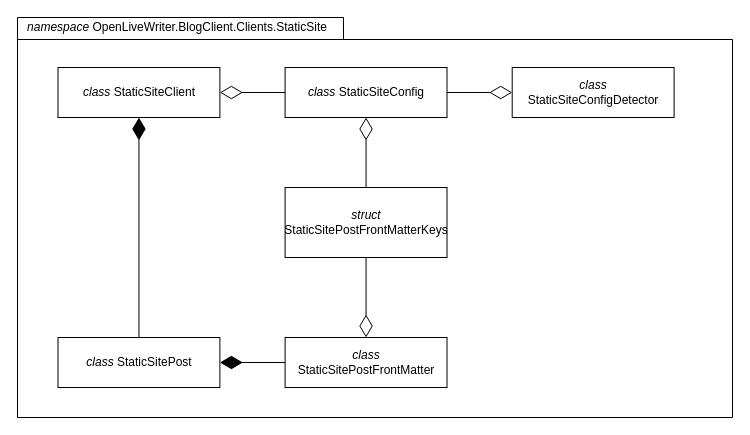
Above: docs/diagrams/StaticSiteClassDiagram.drawio in OpenLiveWriter/OpenLiveWriter (draw.io), before the change. Source tidied: cells renumbered, new cells numbered last; positions are measured from the earlier drawing's top-left corner, leaving out a move shared by most shapes. Both pictures are drawn from the tidied source at 100%, with x=0, y=0 at pixel (17, 17).
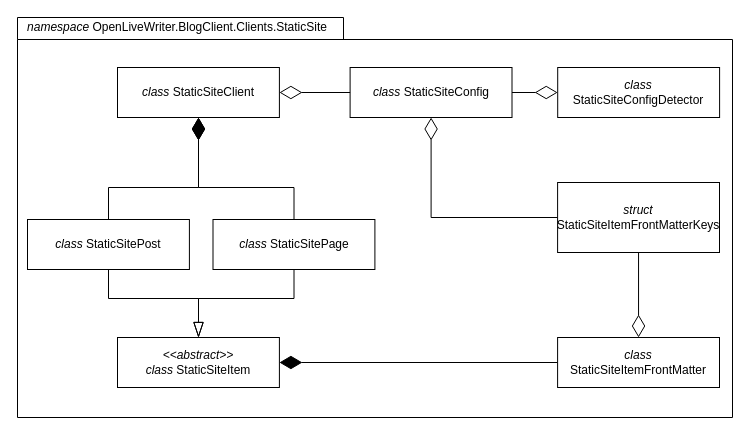
Above is the later version.

Unchanged cells that the change refers to:
```xml
<mxCell id="2" style="group;" parent="1" vertex="1">
  <mxGeometry width="715" height="400" as="geometry" />
</mxCell>
```

What changed in the source:
```diff
@@
+    <mxCell id="17" style="edgeStyle=orthogonalEdgeStyle;rounded=0;jettySize=auto;html=1;endArrow=diamondThin;endFill=1;endSize=20;" parent="2" edge="1" source="21" target="4">
+      <mxGeometry relative="1" as="geometry">
+        <Array as="points">
+          <mxPoint x="276" y="170" />
+          <mxPoint x="181" y="170" />
+        </Array>
+      </mxGeometry>
+    </mxCell>
     <mxCell id="4" value="&lt;i&gt;class &lt;/i&gt;StaticSiteClient" style="html=1;whiteSpace=wrap;" parent="2" vertex="1">
-      <mxGeometry x="40.5" y="50" width="161.9" height="50" as="geometry" />
+      <mxGeometry x="100" y="50" width="161.9" height="50" as="geometry" />
     </mxCell>
     <mxCell id="5" value="&lt;i&gt;class &lt;/i&gt;StaticSiteConfig" style="html=1;whiteSpace=wrap;" parent="2" vertex="1">
-      <mxGeometry x="267.6" y="50" width="161.9" height="50" as="geometry" />
+      <mxGeometry x="332.6" y="50" width="161.9" height="50" as="geometry" />
     </mxCell>
@@
     <mxCell id="7" value="&lt;i&gt;class &lt;/i&gt;StaticSiteConfigDetector" style="html=1;whiteSpace=wrap;" parent="2" vertex="1">
-      <mxGeometry x="494.7" y="50" width="161.9" height="50" as="geometry" />
+      <mxGeometry x="540.2" y="50" width="161.9" height="50" as="geometry" />
     </mxCell>
@@
-    <mxCell id="9" style="edgeStyle=orthogonalEdgeStyle;rounded=0;jettySize=auto;html=1;endArrow=diamondThin;endFill=1;endSize=20;" parent="2" edge="1" source="10" target="4">
-      <mxGeometry relative="1" as="geometry" />
+    <mxCell id="9" style="edgeStyle=orthogonalEdgeStyle;rounded=0;jettySize=auto;html=1;endArrow=diamondThin;endFill=1;endSize=20;" parent="2" edge="1" source="19" target="4">
+      <mxGeometry relative="1" as="geometry">
+        <Array as="points">
+          <mxPoint x="91" y="170" />
+          <mxPoint x="181" y="170" />
+        </Array>
+      </mxGeometry>
     </mxCell>
-    <mxCell id="10" value="&lt;i&gt;class &lt;/i&gt;StaticSitePost" style="html=1;whiteSpace=wrap;" parent="2" vertex="1">
-      <mxGeometry x="40.5" y="320" width="161.9" height="50" as="geometry" />
+    <mxCell id="10" value="&lt;i&gt;&amp;lt;&amp;lt;abstract&amp;gt;&amp;gt;&lt;br&gt;class &lt;/i&gt;StaticSiteItem" style="html=1;whiteSpace=wrap;" parent="2" vertex="1">
+      <mxGeometry x="100" y="320" width="161.9" height="50" as="geometry" />
     </mxCell>
@@
-    <mxCell id="12" value="&lt;i&gt;class &lt;/i&gt;StaticSitePostFrontMatter" style="html=1;whiteSpace=wrap;" parent="2" vertex="1">
-      <mxGeometry x="267.6" y="320" width="161.9" height="50" as="geometry" />
+    <mxCell id="12" value="&lt;i&gt;class &lt;/i&gt;StaticSiteItemFrontMatter" style="html=1;whiteSpace=wrap;" parent="2" vertex="1">
+      <mxGeometry x="540.1" y="320" width="161.9" height="50" as="geometry" />
     </mxCell>
@@
-    <mxCell id="15" value="&lt;i&gt;struct &lt;/i&gt;StaticSitePostFrontMatterKeys" style="html=1;whiteSpace=wrap;" parent="2" vertex="1">
-      <mxGeometry x="267.6" y="170" width="161.9" height="70" as="geometry" />
+    <mxCell id="15" value="&lt;i&gt;struct &lt;/i&gt;StaticSiteItemFrontMatterKeys" style="html=1;whiteSpace=wrap;" parent="2" vertex="1">
+      <mxGeometry x="540.1" y="165" width="161.9" height="70" as="geometry" />
     </mxCell>
@@
+    <mxCell id="18" style="edgeStyle=orthogonalEdgeStyle;rounded=0;jettySize=auto;html=1;endArrow=blockThin;endFill=0;strokeWidth=1;endSize=13;" parent="2" edge="1" source="19" target="10">
+      <mxGeometry relative="1" as="geometry" />
+    </mxCell>
+    <mxCell id="19" value="&lt;i&gt;class &lt;/i&gt;StaticSitePost" style="html=1;whiteSpace=wrap;" parent="2" vertex="1">
+      <mxGeometry x="10" y="202" width="161.9" height="50" as="geometry" />
+    </mxCell>
+    <mxCell id="20" style="edgeStyle=orthogonalEdgeStyle;rounded=0;jettySize=auto;html=1;endArrow=blockThin;endFill=0;endSize=13;strokeWidth=1;" parent="2" edge="1" source="21" target="10">
+      <mxGeometry relative="1" as="geometry" />
+    </mxCell>
+    <mxCell id="21" value="&lt;i&gt;class &lt;/i&gt;StaticSitePage" style="html=1;whiteSpace=wrap;" parent="2" vertex="1">
+      <mxGeometry x="195.5" y="202" width="161.9" height="50" as="geometry" />
+    </mxCell>
```
